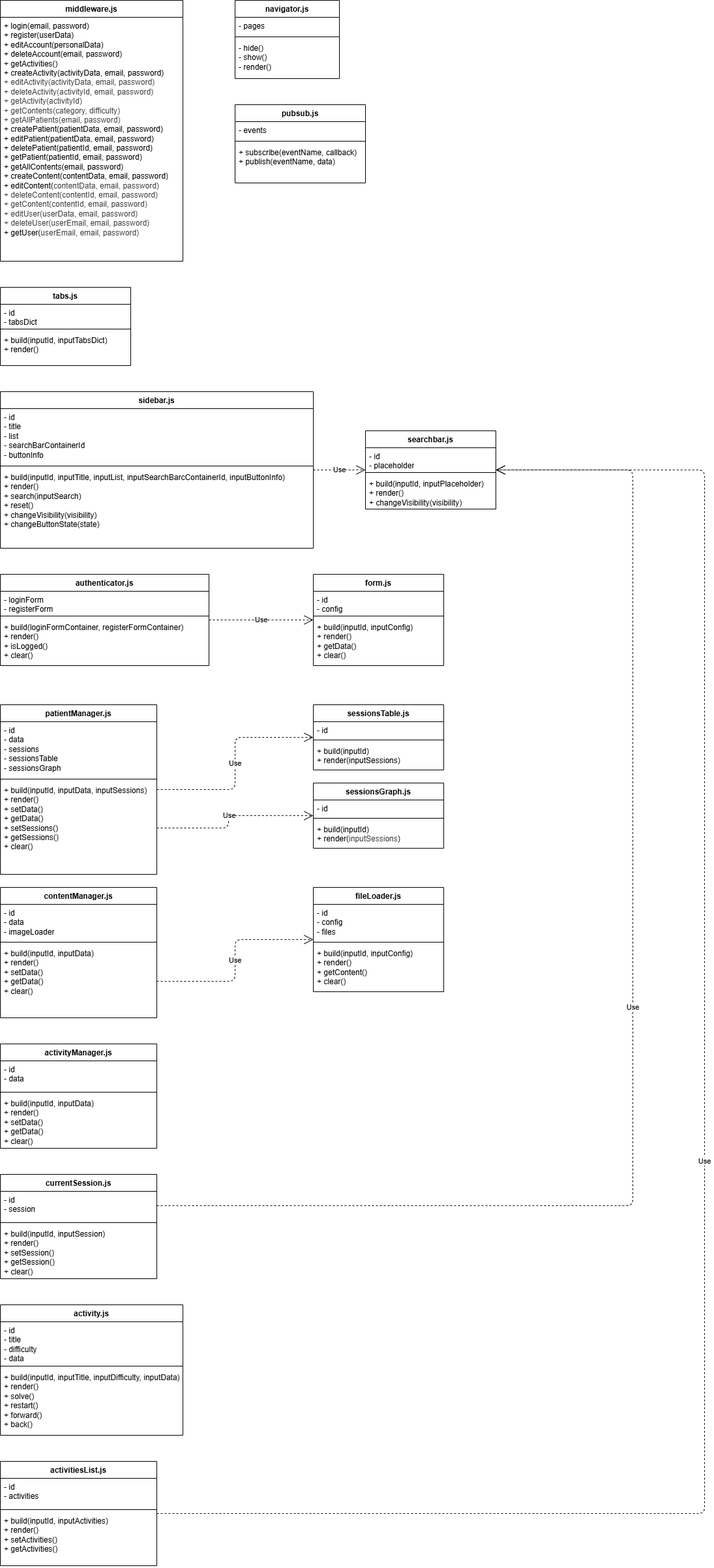
Fix-22/rehabrain-web keeps this draw.io diagram as docs/UML/rehabrain_componenti_client.png. Above is the earlier version. Source tidied: cells renumbered, new cells last; positions are measured from the earlier drawing's top-left corner, leaving out a move shared by most shapes.
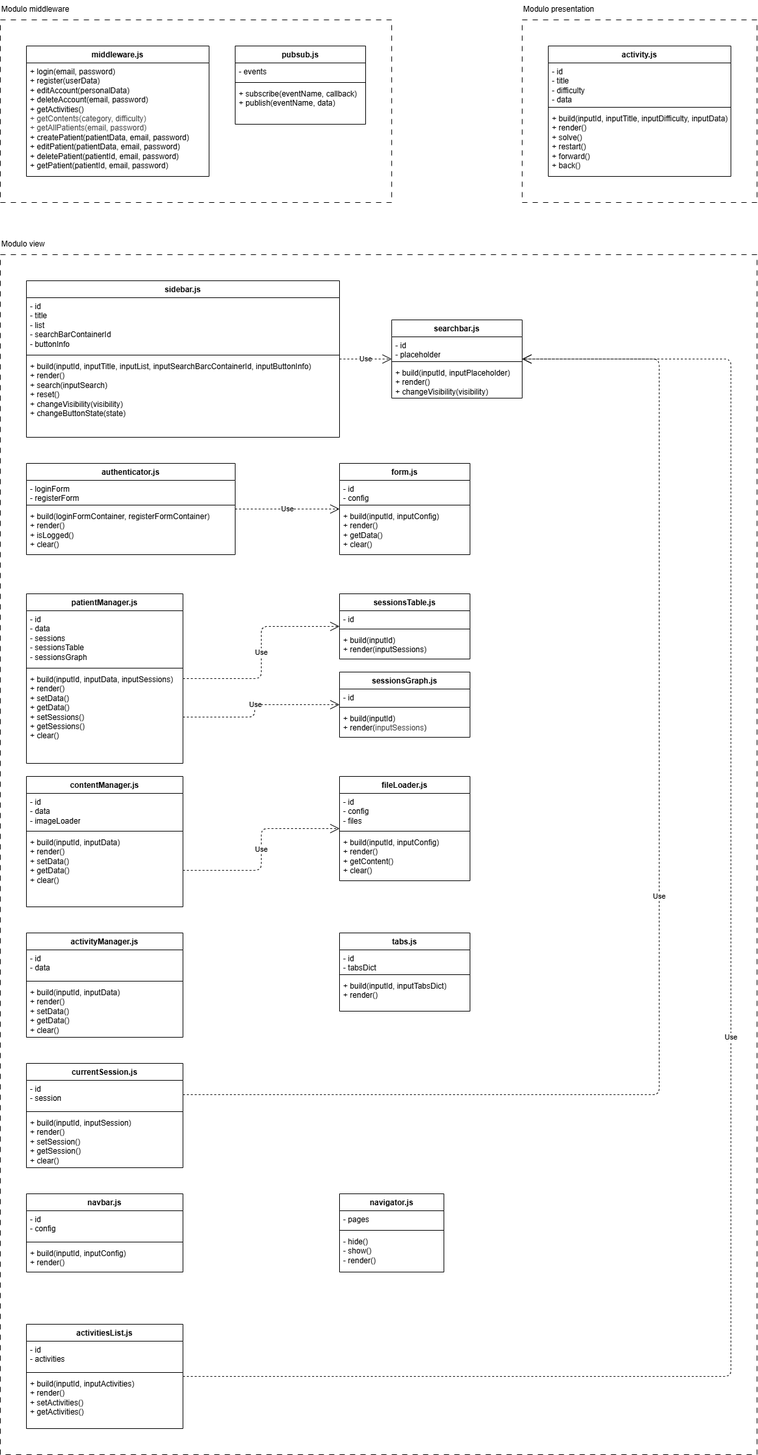
Above is the later version.

Change to the diagram source:
```diff
@@ -2,14 +2,23 @@
   <root>
     <mxCell id="0" />
     <mxCell id="1" parent="0" />
+    <mxCell id="75" style="rounded=0;whiteSpace=wrap;html=1;dashed=1;dashPattern=8 8;strokeColor=default;align=center;verticalAlign=middle;fontFamily=Helvetica;fontSize=12;fontColor=default;fillColor=none;" parent="1" vertex="1">
+      <mxGeometry x="760" y="200" width="360" height="280" as="geometry" />
+    </mxCell>
+    <mxCell id="76" style="rounded=0;whiteSpace=wrap;html=1;dashed=1;dashPattern=8 8;strokeColor=default;align=center;verticalAlign=middle;fontFamily=Helvetica;fontSize=12;fontColor=default;fillColor=none;" parent="1" vertex="1">
+      <mxGeometry x="-40" y="200" width="600" height="280" as="geometry" />
+    </mxCell>
+    <mxCell id="77" style="rounded=0;whiteSpace=wrap;html=1;fillColor=none;dashed=1;dashPattern=8 8;" parent="1" vertex="1">
+      <mxGeometry x="-40" y="560" width="1160" height="1840" as="geometry" />
+    </mxCell>
     <mxCell id="2" value="middleware.js" style="swimlane;fontStyle=1;align=center;verticalAlign=top;horizontal=1;startSize=26;whiteSpace=wrap;html=1;" parent="1" vertex="1">
-      <mxGeometry width="280" height="400" as="geometry" />
+      <mxGeometry y="240" width="280" height="200" as="geometry" />
     </mxCell>
-    <mxCell id="3" value="&lt;div&gt;+ login(email, password)&lt;/div&gt;&lt;div&gt;+ register(userData)&lt;/div&gt;&lt;div&gt;+ editAccount(personalData)&lt;/div&gt;&lt;div&gt;+ deleteAccount(email, password)&lt;/div&gt;&lt;div&gt;+ getActivities()&lt;/div&gt;&lt;div&gt;+ createActivity(activityData, email, password)&lt;/div&gt;&lt;div&gt;&lt;span style=&quot;color: rgb(63, 63, 63);&quot;&gt;+ editActivity(activityData, email, password)&lt;/span&gt;&lt;/div&gt;&lt;div&gt;&lt;span style=&quot;color: rgb(63, 63, 63);&quot;&gt;+ deleteActivity(activityId, email, password)&lt;/span&gt;&lt;/div&gt;&lt;div&gt;&lt;span style=&quot;color: rgb(63, 63, 63);&quot;&gt;+ getActivity(activityId)&lt;/span&gt;&lt;/div&gt;&lt;div&gt;&lt;span style=&quot;color: rgb(63, 63, 63);&quot;&gt;+ getContents(category, difficulty)&lt;/span&gt;&lt;/div&gt;&lt;div&gt;&lt;span style=&quot;color: rgb(63, 63, 63);&quot;&gt;+ getAllPatients(email, password)&lt;/span&gt;&lt;/div&gt;&lt;div&gt;+ createPatient(patientData, email, password)&lt;/div&gt;&lt;div&gt;+ editPatient(patientData, email, password)&lt;/div&gt;&lt;div&gt;+ deletePatient(patientId, email, password)&lt;/div&gt;&lt;div&gt;+ getPatient(patientId, email, password)&lt;/div&gt;&lt;div&gt;+ getAllContents(email, password)&lt;/div&gt;&lt;div&gt;+ createContent(contentData, email, password)&lt;/div&gt;&lt;div&gt;+ editContent(&lt;span style=&quot;color: rgb(63, 63, 63); background-color: transparent;&quot;&gt;contentData, email, password)&lt;/span&gt;&lt;/div&gt;&lt;div&gt;&lt;span style=&quot;color: rgb(63, 63, 63); background-color: transparent;&quot;&gt;+ deleteContent(contentId, email, password)&lt;/span&gt;&lt;/div&gt;&lt;div&gt;&lt;span style=&quot;color: rgb(63, 63, 63); background-color: transparent;&quot;&gt;+ getContent(contentId, email, password)&lt;/span&gt;&lt;/div&gt;&lt;div&gt;&lt;span style=&quot;color: rgb(63, 63, 63); background-color: transparent;&quot;&gt;+ editUser(userData, email, password)&lt;/span&gt;&lt;/div&gt;&lt;div&gt;&lt;span style=&quot;color: rgb(63, 63, 63); background-color: transparent;&quot;&gt;+ deleteUser(userEmail, email, password)&lt;/span&gt;&lt;/div&gt;&lt;div&gt;+ getUser(&lt;span style=&quot;color: rgb(63, 63, 63); background-color: transparent;&quot;&gt;userEmail, email, password)&lt;/span&gt;&lt;/div&gt;" style="text;strokeColor=none;fillColor=none;align=left;verticalAlign=top;spacingLeft=4;spacingRight=4;overflow=hidden;whiteSpace=wrap;html=1;" parent="2" vertex="1">
-      <mxGeometry y="26" width="280" height="374" as="geometry" />
+    <mxCell id="3" value="&lt;div&gt;+ login(email, password)&lt;/div&gt;&lt;div&gt;+ register(userData)&lt;/div&gt;&lt;div&gt;+ editAccount(personalData)&lt;/div&gt;&lt;div&gt;+ deleteAccount(email, password)&lt;/div&gt;&lt;div&gt;+ getActivities()&lt;/div&gt;&lt;div&gt;&lt;span style=&quot;color: rgb(63, 63, 63);&quot;&gt;+ getContents(category, difficulty)&lt;/span&gt;&lt;/div&gt;&lt;div&gt;&lt;span style=&quot;color: rgb(63, 63, 63);&quot;&gt;+ getAllPatients(email, password)&lt;/span&gt;&lt;/div&gt;&lt;div&gt;+ createPatient(patientData, email, password)&lt;/div&gt;&lt;div&gt;+ editPatient(patientData, email, password)&lt;/div&gt;&lt;div&gt;+ deletePatient(patientId, email, password)&lt;/div&gt;&lt;div&gt;+ getPatient(patientId, email, password)&lt;/div&gt;" style="text;strokeColor=none;fillColor=none;align=left;verticalAlign=top;spacingLeft=4;spacingRight=4;overflow=hidden;whiteSpace=wrap;html=1;" parent="2" vertex="1">
+      <mxGeometry y="26" width="280" height="174" as="geometry" />
     </mxCell>
     <mxCell id="4" value="navigator.js" style="swimlane;fontStyle=1;align=center;verticalAlign=top;horizontal=1;startSize=26;whiteSpace=wrap;html=1;" parent="1" vertex="1">
-      <mxGeometry x="360" width="160" height="120" as="geometry" />
+      <mxGeometry x="480" y="2000" width="160" height="120" as="geometry" />
     </mxCell>
     <mxCell id="5" value="- pages" style="text;strokeColor=none;fillColor=none;align=left;verticalAlign=top;spacingLeft=4;spacingRight=4;overflow=hidden;whiteSpace=wrap;html=1;" parent="4" vertex="1">
       <mxGeometry y="26" width="160" height="26" as="geometry" />
@@ -21,7 +30,7 @@
       <mxGeometry y="60" width="160" height="60" as="geometry" />
     </mxCell>
     <mxCell id="8" value="pubsub.js" style="swimlane;fontStyle=1;align=center;verticalAlign=top;horizontal=1;startSize=26;whiteSpace=wrap;html=1;" parent="1" vertex="1">
-      <mxGeometry x="360" y="160" width="200" height="120" as="geometry" />
+      <mxGeometry x="320" y="240" width="200" height="120" as="geometry" />
     </mxCell>
     <mxCell id="9" value="- events" style="text;strokeColor=none;fillColor=none;align=left;verticalAlign=top;spacingLeft=4;spacingRight=4;overflow=hidden;whiteSpace=wrap;html=1;" parent="8" vertex="1">
       <mxGeometry y="26" width="200" height="26" as="geometry" />
@@ -33,7 +42,7 @@
       <mxGeometry y="60" width="200" height="60" as="geometry" />
     </mxCell>
     <mxCell id="12" value="tabs.js" style="swimlane;fontStyle=1;align=center;verticalAlign=top;horizontal=1;startSize=26;whiteSpace=wrap;html=1;" parent="1" vertex="1">
-      <mxGeometry y="440" width="200" height="120" as="geometry" />
+      <mxGeometry x="480" y="1600" width="200" height="120" as="geometry" />
     </mxCell>
     <mxCell id="13" value="- id&lt;div&gt;- tabsDict&lt;/div&gt;" style="text;strokeColor=none;fillColor=none;align=left;verticalAlign=top;spacingLeft=4;spacingRight=4;overflow=hidden;whiteSpace=wrap;html=1;" parent="12" vertex="1">
       <mxGeometry y="26" width="200" height="34" as="geometry" />
@@ -215,7 +224,7 @@
       </mxGeometry>
     </mxCell>
     <mxCell id="66" value="activity.js" style="swimlane;fontStyle=1;align=center;verticalAlign=top;horizontal=1;startSize=26;whiteSpace=wrap;html=1;" parent="1" vertex="1">
-      <mxGeometry y="2000" width="280" height="200" as="geometry" />
+      <mxGeometry x="800" y="240" width="280" height="200" as="geometry" />
     </mxCell>
     <mxCell id="67" value="- id&lt;div&gt;- title&lt;/div&gt;&lt;div&gt;- difficulty&lt;/div&gt;&lt;div&gt;- data&lt;/div&gt;" style="text;strokeColor=none;fillColor=none;align=left;verticalAlign=top;spacingLeft=4;spacingRight=4;overflow=hidden;whiteSpace=wrap;html=1;" parent="66" vertex="1">
       <mxGeometry y="26" width="280" height="64" as="geometry" />
@@ -229,13 +238,13 @@
     <mxCell id="70" value="Use" style="edgeStyle=none;shape=connector;rounded=1;html=1;dashed=1;strokeColor=default;align=center;verticalAlign=middle;fontFamily=Helvetica;fontSize=11;fontColor=default;labelBackgroundColor=default;endArrow=open;endSize=12;" parent="1" edge="1" source="71" target="16">
       <mxGeometry relative="1" as="geometry">
         <Array as="points">
-          <mxPoint x="1080" y="2320" />
+          <mxPoint x="1080" y="2280" />
           <mxPoint x="1080" y="720" />
         </Array>
       </mxGeometry>
     </mxCell>
     <mxCell id="71" value="activitiesList.js" style="swimlane;fontStyle=1;align=center;verticalAlign=top;horizontal=1;startSize=26;whiteSpace=wrap;html=1;" parent="1" vertex="1">
-      <mxGeometry y="2240" width="240" height="160" as="geometry" />
+      <mxGeometry y="2200" width="240" height="160" as="geometry" />
     </mxCell>
     <mxCell id="72" value="- id&lt;div&gt;- activities&lt;/div&gt;" style="text;strokeColor=none;fillColor=none;align=left;verticalAlign=top;spacingLeft=4;spacingRight=4;overflow=hidden;whiteSpace=wrap;html=1;" parent="71" vertex="1">
       <mxGeometry y="26" width="240" height="44" as="geometry" />
@@ -246,5 +255,26 @@
     <mxCell id="74" value="+ build(inputId, inputActivities)&lt;div&gt;+ render()&lt;/div&gt;&lt;div&gt;+ setActivities()&lt;/div&gt;&lt;div&gt;+ getActivities()&lt;/div&gt;" style="text;strokeColor=none;fillColor=none;align=left;verticalAlign=top;spacingLeft=4;spacingRight=4;overflow=hidden;whiteSpace=wrap;html=1;" parent="71" vertex="1">
       <mxGeometry y="78" width="240" height="82" as="geometry" />
     </mxCell>
+    <mxCell id="78" value="Modulo view" style="text;html=1;align=left;verticalAlign=top;whiteSpace=wrap;rounded=0;" parent="1" vertex="1">
+      <mxGeometry x="-40" y="530" width="80" height="30" as="geometry" />
+    </mxCell>
+    <mxCell id="79" value="Modulo middleware" style="text;html=1;align=left;verticalAlign=top;whiteSpace=wrap;rounded=0;" parent="1" vertex="1">
+      <mxGeometry x="-40" y="170" width="110" height="30" as="geometry" />
+    </mxCell>
+    <mxCell id="80" value="Modulo presentation" style="text;html=1;align=left;verticalAlign=top;whiteSpace=wrap;rounded=0;" parent="1" vertex="1">
+      <mxGeometry x="760" y="170" width="120" height="30" as="geometry" />
+    </mxCell>
+    <mxCell id="81" value="navbar.js" style="swimlane;fontStyle=1;align=center;verticalAlign=top;horizontal=1;startSize=26;whiteSpace=wrap;html=1;" parent="1" vertex="1">
+      <mxGeometry y="2000" width="240" height="120" as="geometry" />
+    </mxCell>
+    <mxCell id="82" value="- id&lt;div&gt;- config&lt;/div&gt;" style="text;strokeColor=none;fillColor=none;align=left;verticalAlign=top;spacingLeft=4;spacingRight=4;overflow=hidden;whiteSpace=wrap;html=1;" parent="81" vertex="1">
+      <mxGeometry y="26" width="240" height="44" as="geometry" />
+    </mxCell>
+    <mxCell id="83" style="line;strokeWidth=1;fillColor=none;align=left;verticalAlign=middle;spacingTop=-1;spacingLeft=3;spacingRight=3;labelPosition=right;strokeColor=inherit;" parent="81" vertex="1">
+      <mxGeometry y="70" width="240" height="8" as="geometry" />
+    </mxCell>
+    <mxCell id="84" value="+ build(inputId, inputConfig)&lt;div&gt;+ render()&lt;br&gt;&lt;/div&gt;" style="text;strokeColor=none;fillColor=none;align=left;verticalAlign=top;spacingLeft=4;spacingRight=4;overflow=hidden;whiteSpace=wrap;html=1;" parent="81" vertex="1">
+      <mxGeometry y="78" width="240" height="42" as="geometry" />
+    </mxCell>
   </root>
 </mxGraphModel>
```
